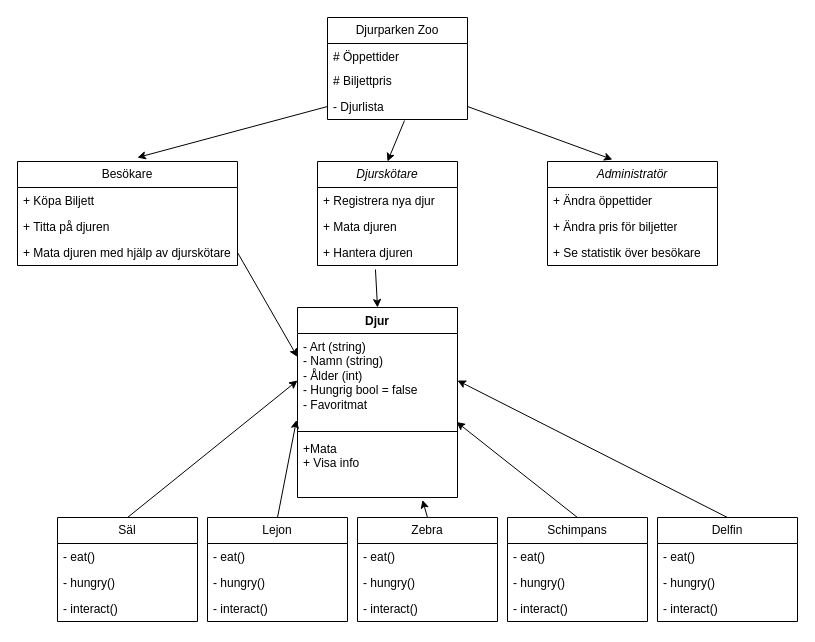
Above: Namnlöst diagram.drawio in MrBob79/Test (draw.io), before the change. Source tidied: cells renumbered, new cells numbered last; positions are measured from the earlier drawing's top-left corner, leaving out a move shared by most shapes. Both pictures are drawn from the tidied source at 100%, with x=0, y=0 at pixel (17, 17).
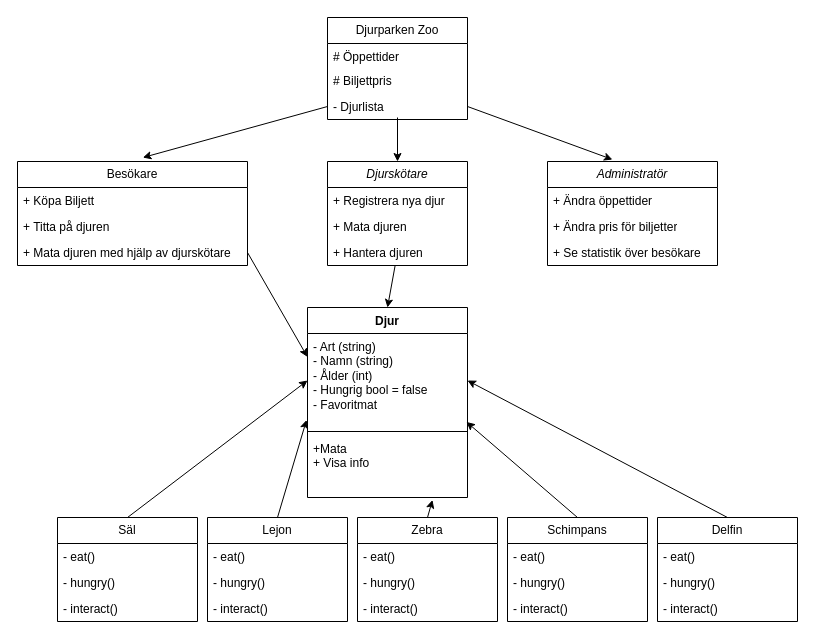
Above is the later version.

Unchanged cells that the change refers to:
```xml
<mxCell id="5" value="&lt;div&gt;- Djurlista&lt;/div&gt;" style="text;strokeColor=none;fillColor=none;align=left;verticalAlign=top;spacingLeft=4;spacingRight=4;overflow=hidden;points=[[0,0.5],[1,0.5]];portConstraint=eastwest;whiteSpace=wrap;html=1;" parent="2" vertex="1">
  <mxGeometry y="76" width="140" height="26" as="geometry" />
</mxCell>
<mxCell id="13" value="&lt;span style=&quot;text-wrap: nowrap;&quot;&gt;+ Hantera djuren&lt;/span&gt;" style="text;strokeColor=none;fillColor=none;align=left;verticalAlign=top;spacingLeft=4;spacingRight=4;overflow=hidden;points=[[0,0.5],[1,0.5]];portConstraint=eastwest;whiteSpace=wrap;html=1;" parent="10" vertex="1">
  <mxGeometry y="78" width="140" height="26" as="geometry" />
</mxCell>
```

Diff of the diagram source:
```diff
@@
     <mxCell id="6" value="Besökare" style="swimlane;fontStyle=0;horizontal=1;startSize=26;fillColor=none;whiteSpace=wrap;html=1;" parent="1" vertex="1">
-      <mxGeometry y="144" width="220" height="104" as="geometry" />
+      <mxGeometry y="144" width="230" height="104" as="geometry" />
     </mxCell>
     <mxCell id="7" value="+ Köpa Biljett&lt;div style=&quot;padding: 0px; margin: 0px;&quot;&gt;&lt;br style=&quot;padding: 0px; margin: 0px; text-wrap: nowrap;&quot;&gt;&lt;/div&gt;" style="text;strokeColor=none;fillColor=none;align=left;verticalAlign=top;spacingLeft=4;spacingRight=4;overflow=hidden;whiteSpace=wrap;html=1;" parent="6" vertex="1">
-      <mxGeometry y="26" width="220" height="26" as="geometry" />
+      <mxGeometry y="26" width="230" height="26" as="geometry" />
     </mxCell>
     <mxCell id="8" value="+ Titta på djuren&lt;div style=&quot;padding: 0px; margin: 0px;&quot;&gt;&lt;br style=&quot;padding: 0px; margin: 0px; text-wrap: nowrap;&quot;&gt;&lt;/div&gt;" style="text;strokeColor=none;fillColor=none;align=left;verticalAlign=top;spacingLeft=4;spacingRight=4;overflow=hidden;whiteSpace=wrap;html=1;" parent="6" vertex="1">
-      <mxGeometry y="52" width="220" height="26" as="geometry" />
+      <mxGeometry y="52" width="230" height="26" as="geometry" />
     </mxCell>
     <mxCell id="9" value="+ Mata djuren med hjälp av djurskötare&lt;div style=&quot;padding: 0px; margin: 0px;&quot;&gt;&lt;br style=&quot;padding: 0px; margin: 0px; text-wrap: nowrap;&quot;&gt;&lt;/div&gt;" style="text;strokeColor=none;fillColor=none;align=left;verticalAlign=top;spacingLeft=4;spacingRight=4;overflow=hidden;points=[[0,0.5],[1,0.5]];portConstraint=eastwest;whiteSpace=wrap;html=1;" parent="6" vertex="1">
-      <mxGeometry y="78" width="220" height="26" as="geometry" />
+      <mxGeometry y="78" width="230" height="26" as="geometry" />
     </mxCell>
     <mxCell id="10" value="&lt;span style=&quot;font-style: italic; text-wrap: nowrap;&quot;&gt;Djurskötare&lt;/span&gt;" style="swimlane;fontStyle=0;horizontal=1;startSize=26;fillColor=none;whiteSpace=wrap;html=1;" parent="1" vertex="1">
-      <mxGeometry x="300" y="144" width="140" height="104" as="geometry" />
+      <mxGeometry x="310" y="144" width="140" height="104" as="geometry" />
     </mxCell>
@@
     <mxCell id="18" value="Djur" style="swimlane;fontStyle=1;align=center;verticalAlign=top;horizontal=1;startSize=26;whiteSpace=wrap;html=1;" parent="1" vertex="1">
-      <mxGeometry x="280" y="290" width="160" height="190" as="geometry" />
+      <mxGeometry x="290" y="290" width="160" height="190" as="geometry" />
     </mxCell>
@@
-    <mxCell id="48" style="rounded=0;jettySize=auto;html=1;exitX=0.414;exitY=1.154;exitDx=0;exitDy=0;entryX=0.5;entryY=0;entryDx=0;entryDy=0;exitPerimeter=0;" parent="1" edge="1" source="13" target="18">
+    <mxCell id="48" style="rounded=0;jettySize=auto;html=1;entryX=0.5;entryY=0;entryDx=0;entryDy=0;" parent="1" edge="1" source="13" target="18">
       <mxGeometry relative="1" as="geometry" />
     </mxCell>
@@
-    <mxCell id="51" style="rounded=0;jettySize=auto;html=1;exitX=0.55;exitY=1.038;exitDx=0;exitDy=0;entryX=0.5;entryY=0;entryDx=0;entryDy=0;exitPerimeter=0;" parent="1" edge="1" source="5" target="10">
+    <mxCell id="51" style="rounded=0;jettySize=auto;html=1;entryX=0.5;entryY=0;entryDx=0;entryDy=0;exitX=0.5;exitY=0.923;exitDx=0;exitDy=0;exitPerimeter=0;" parent="1" edge="1" source="5" target="10">
       <mxGeometry relative="1" as="geometry" />
     </mxCell>
```
